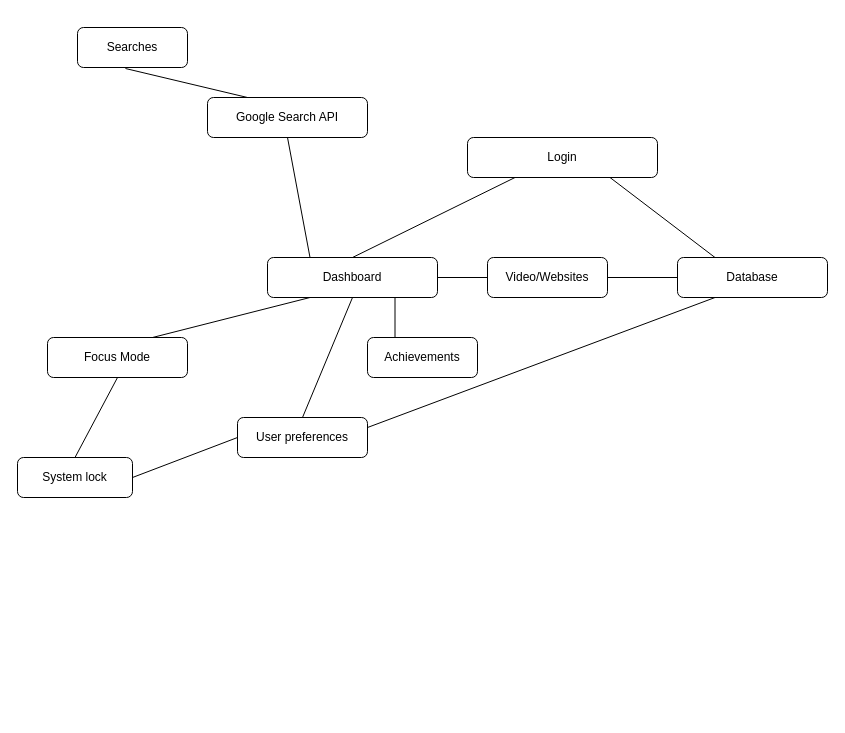
The draw.io diagram Documentation/Architecture/Architecture for Tunnel Vision.drawio in The-MS-LED-Group/Tunnel-Vision-Project, before the edit. Source tidied: cells renumbered, new cells numbered last; positions are measured from the earlier drawing's top-left corner, leaving out a move shared by most shapes. Both pictures are drawn from the tidied source at 100%, with x=0, y=0 at pixel (17, 27).
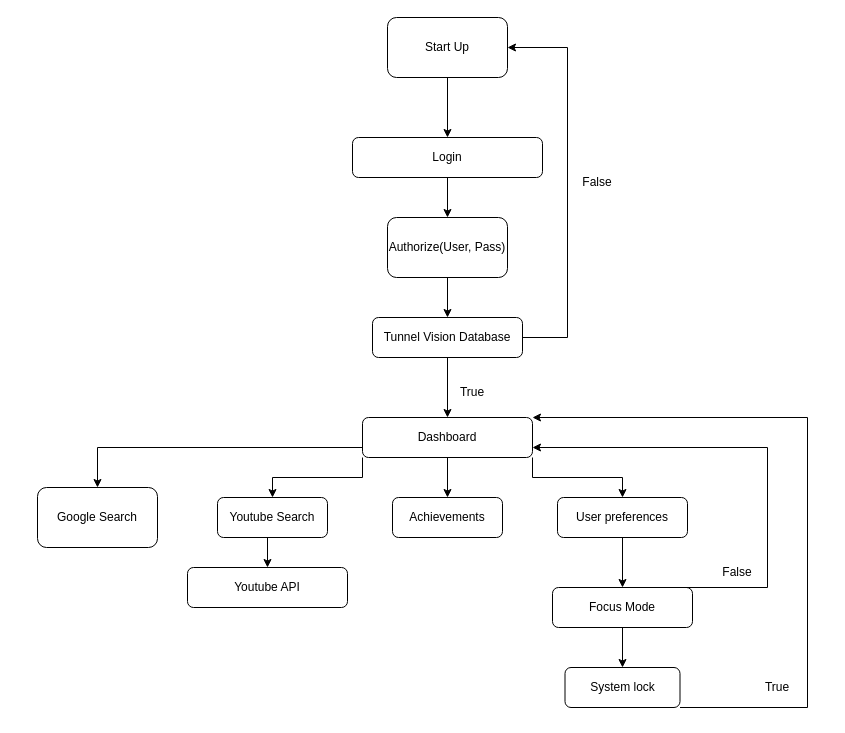
Above is the later version.

What changed in the source:
```diff
@@
     <mxCell id="2" value="Login" style="rounded=1;whiteSpace=wrap;html=1;" parent="1" vertex="1">
-      <mxGeometry x="450" y="110" width="190" height="40" as="geometry" />
+      <mxGeometry x="335" y="110" width="190" height="40" as="geometry" />
     </mxCell>
+    <mxCell id="24" style="edgeStyle=orthogonalEdgeStyle;rounded=0;jettySize=auto;html=1;exitX=1;exitY=0.5;exitDx=0;exitDy=0;entryX=1;entryY=0.5;entryDx=0;entryDy=0;" parent="1" edge="1" source="3" target="30">
+      <mxGeometry relative="1" as="geometry">
+        <Array as="points">
+          <mxPoint x="550" y="310" />
+          <mxPoint x="550" y="20" />
+        </Array>
+      </mxGeometry>
+    </mxCell>
-    <mxCell id="3" value="Database" style="rounded=1;whiteSpace=wrap;html=1;" parent="1" vertex="1">
-      <mxGeometry x="660" y="230" width="150" height="40" as="geometry" />
+    <mxCell id="3" value="Tunnel Vision Database" style="rounded=1;whiteSpace=wrap;html=1;" parent="1" vertex="1">
+      <mxGeometry x="355" y="290" width="150" height="40" as="geometry" />
     </mxCell>
-    <mxCell id="4" value="Google Search API" style="rounded=1;whiteSpace=wrap;html=1;" parent="1" vertex="1">
-      <mxGeometry x="190" y="70" width="160" height="40" as="geometry" />
+    <mxCell id="4" value="Youtube API" style="rounded=1;whiteSpace=wrap;html=1;" parent="1" vertex="1">
+      <mxGeometry x="170" y="540" width="160" height="40" as="geometry" />
     </mxCell>
+    <mxCell id="25" style="edgeStyle=orthogonalEdgeStyle;rounded=0;jettySize=auto;html=1;exitX=0.5;exitY=1;exitDx=0;exitDy=0;entryX=0.5;entryY=0;entryDx=0;entryDy=0;" parent="1" edge="1" source="5" target="15">
+      <mxGeometry relative="1" as="geometry" />
+    </mxCell>
+    <mxCell id="26" style="edgeStyle=orthogonalEdgeStyle;rounded=0;jettySize=auto;html=1;exitX=0;exitY=1;exitDx=0;exitDy=0;" parent="1" edge="1" source="5" target="18">
+      <mxGeometry relative="1" as="geometry" />
+    </mxCell>
+    <mxCell id="27" style="edgeStyle=orthogonalEdgeStyle;rounded=0;jettySize=auto;html=1;exitX=1;exitY=1;exitDx=0;exitDy=0;entryX=0.5;entryY=0;entryDx=0;entryDy=0;" parent="1" edge="1" source="5" target="12">
+      <mxGeometry relative="1" as="geometry" />
+    </mxCell>
+    <mxCell id="28" style="edgeStyle=orthogonalEdgeStyle;rounded=0;jettySize=auto;html=1;exitX=0;exitY=0.75;exitDx=0;exitDy=0;" parent="1" edge="1" source="5" target="39">
+      <mxGeometry relative="1" as="geometry" />
+    </mxCell>
     <mxCell id="5" value="Dashboard" style="rounded=1;whiteSpace=wrap;html=1;" parent="1" vertex="1">
-      <mxGeometry x="250" y="230" width="170" height="40" as="geometry" />
+      <mxGeometry x="345" y="390" width="170" height="40" as="geometry" />
     </mxCell>
+    <mxCell id="7" value="System lock" style="rounded=1;whiteSpace=wrap;html=1;" parent="1" vertex="1">
+      <mxGeometry x="547.5" y="640" width="115" height="40" as="geometry" />
+    </mxCell>
+    <mxCell id="29" style="edgeStyle=orthogonalEdgeStyle;rounded=0;jettySize=auto;html=1;exitX=0.5;exitY=1;exitDx=0;exitDy=0;entryX=0.5;entryY=0;entryDx=0;entryDy=0;" parent="1" edge="1" source="12" target="6">
+      <mxGeometry relative="1" as="geometry" />
+    </mxCell>
+    <mxCell id="12" value="User preferences" style="rounded=1;whiteSpace=wrap;html=1;" parent="1" vertex="1">
+      <mxGeometry x="540" y="470" width="130" height="40" as="geometry" />
+    </mxCell>
+    <mxCell id="15" value="Achievements" style="rounded=1;whiteSpace=wrap;html=1;" parent="1" vertex="1">
+      <mxGeometry x="375" y="470" width="110" height="40" as="geometry" />
+    </mxCell>
+    <mxCell id="19" style="edgeStyle=orthogonalEdgeStyle;rounded=0;jettySize=auto;html=1;exitX=0.5;exitY=1;exitDx=0;exitDy=0;entryX=0.5;entryY=0;entryDx=0;entryDy=0;" parent="1" edge="1" source="18" target="4">
+      <mxGeometry relative="1" as="geometry" />
+    </mxCell>
+    <mxCell id="18" value="Youtube Search" style="rounded=1;whiteSpace=wrap;html=1;" parent="1" vertex="1">
+      <mxGeometry x="200" y="470" width="110" height="40" as="geometry" />
+    </mxCell>
+    <mxCell id="30" value="Start Up" style="rounded=1;whiteSpace=wrap;html=1;" parent="1" vertex="1">
+      <mxGeometry x="370" y="-10" width="120" height="60" as="geometry" />
+    </mxCell>
+    <mxCell id="31" style="endArrow=classic;html=1;rounded=0;exitX=0.5;exitY=1;exitDx=0;exitDy=0;entryX=0.5;entryY=0;entryDx=0;entryDy=0;" parent="1" edge="1" source="30" target="2">
+      <mxGeometry relative="1" as="geometry" />
+    </mxCell>
+    <mxCell id="32" value="Authorize(User, Pass)" style="rounded=1;whiteSpace=wrap;html=1;" parent="1" vertex="1">
+      <mxGeometry x="370" y="190" width="120" height="60" as="geometry" />
+    </mxCell>
+    <mxCell id="33" style="endArrow=classic;html=1;rounded=0;exitX=0.5;exitY=1;exitDx=0;exitDy=0;entryX=0.5;entryY=0;entryDx=0;entryDy=0;" parent="1" edge="1" source="2" target="32">
+      <mxGeometry relative="1" as="geometry" />
+    </mxCell>
+    <mxCell id="34" style="endArrow=classic;html=1;rounded=0;exitX=0.5;exitY=1;exitDx=0;exitDy=0;entryX=0.5;entryY=0;entryDx=0;entryDy=0;" parent="1" edge="1" source="32" target="3">
+      <mxGeometry relative="1" as="geometry" />
+    </mxCell>
+    <mxCell id="35" style="endArrow=classic;html=1;rounded=0;exitX=0.5;exitY=1;exitDx=0;exitDy=0;entryX=0.5;entryY=0;entryDx=0;entryDy=0;" parent="1" edge="1" source="3" target="5">
+      <mxGeometry relative="1" as="geometry" />
+    </mxCell>
     <mxCell id="6" value="Focus Mode" style="rounded=1;whiteSpace=wrap;html=1;" parent="1" vertex="1">
-      <mxGeometry x="30" y="310" width="140" height="40" as="geometry" />
+      <mxGeometry x="535" y="560" width="140" height="40" as="geometry" />
     </mxCell>
-    <mxCell id="7" value="System lock" style="rounded=1;whiteSpace=wrap;html=1;" parent="1" vertex="1">
-      <mxGeometry y="430" width="115" height="40" as="geometry" />
-    </mxCell>
-    <mxCell id="8" style="endArrow=none;html=1;rounded=0;exitX=0.75;exitY=1;exitDx=0;exitDy=0;entryX=0.25;entryY=0;entryDx=0;entryDy=0;" parent="1" edge="1" source="2" target="3">
-      <mxGeometry relative="1" as="geometry" />
-    </mxCell>
-    <mxCell id="9" style="endArrow=none;html=1;rounded=0;entryX=0.25;entryY=1;entryDx=0;entryDy=0;exitX=0.5;exitY=0;exitDx=0;exitDy=0;" parent="1" edge="1" source="5" target="2">
-      <mxGeometry relative="1" as="geometry" />
-    </mxCell>
+    <mxCell id="36" style="endArrow=classic;html=1;rounded=0;exitX=0.5;exitY=1;exitDx=0;exitDy=0;entryX=0.5;entryY=0;entryDx=0;entryDy=0;" parent="1" edge="1" source="6" target="7">
+      <mxGeometry relative="1" as="geometry" />
+    </mxCell>
+    <mxCell id="37" value="True" style="text;html=1;strokeColor=none;fillColor=none;align=center;verticalAlign=middle;whiteSpace=wrap;rounded=0;" parent="1" vertex="1">
+      <mxGeometry x="425" y="350" width="60" height="30" as="geometry" />
+    </mxCell>
+    <mxCell id="38" value="False" style="text;html=1;strokeColor=none;fillColor=none;align=center;verticalAlign=middle;whiteSpace=wrap;rounded=0;" parent="1" vertex="1">
+      <mxGeometry x="550" y="140" width="60" height="30" as="geometry" />
+    </mxCell>
+    <mxCell id="39" value="Google Search" style="rounded=1;whiteSpace=wrap;html=1;" parent="1" vertex="1">
+      <mxGeometry x="20" y="460" width="120" height="60" as="geometry" />
+    </mxCell>
+    <mxCell id="40" style="endArrow=classic;html=1;rounded=0;exitX=1;exitY=1;exitDx=0;exitDy=0;entryX=1;entryY=0;entryDx=0;entryDy=0;" parent="1" edge="1" source="7" target="5">
+      <mxGeometry relative="1" as="geometry">
+        <Array as="points">
+          <mxPoint x="790" y="680" />
+          <mxPoint x="790" y="390" />
+        </Array>
+      </mxGeometry>
+    </mxCell>
-    <mxCell id="10" style="endArrow=none;html=1;rounded=0;entryX=0.25;entryY=1;entryDx=0;entryDy=0;exitX=0.75;exitY=0;exitDx=0;exitDy=0;" parent="1" edge="1" source="6" target="5">
-      <mxGeometry relative="1" as="geometry" />
+    <mxCell id="10" style="endArrow=classic;html=1;rounded=0;exitX=0.75;exitY=0;exitDx=0;exitDy=0;entryX=1;entryY=0.75;entryDx=0;entryDy=0;" parent="1" edge="1" source="6" target="5">
+      <mxGeometry relative="1" as="geometry">
+        <Array as="points">
+          <mxPoint x="750" y="560" />
+          <mxPoint x="750" y="420" />
+        </Array>
+      </mxGeometry>
     </mxCell>
-    <mxCell id="11" style="endArrow=none;html=1;rounded=0;entryX=0.5;entryY=1;entryDx=0;entryDy=0;exitX=0.5;exitY=0;exitDx=0;exitDy=0;" parent="1" edge="1" source="7" target="6">
-      <mxGeometry relative="1" as="geometry" />
-    </mxCell>
-    <mxCell id="12" value="User preferences" style="rounded=1;whiteSpace=wrap;html=1;" parent="1" vertex="1">
-      <mxGeometry x="220" y="390" width="130" height="40" as="geometry" />
-    </mxCell>
-    <mxCell id="13" style="endArrow=none;html=1;rounded=0;exitX=0.5;exitY=0;exitDx=0;exitDy=0;entryX=0.5;entryY=1;entryDx=0;entryDy=0;" parent="1" edge="1" source="12" target="5">
-      <mxGeometry relative="1" as="geometry" />
-    </mxCell>
-    <mxCell id="14" style="endArrow=none;html=1;rounded=0;entryX=1;entryY=0.25;entryDx=0;entryDy=0;exitX=0.25;exitY=1;exitDx=0;exitDy=0;" parent="1" edge="1" source="3" target="12">
-      <mxGeometry relative="1" as="geometry" />
-    </mxCell>
-    <mxCell id="15" value="Achievements" style="rounded=1;whiteSpace=wrap;html=1;" parent="1" vertex="1">
-      <mxGeometry x="350" y="310" width="110" height="40" as="geometry" />
-    </mxCell>
-    <mxCell id="16" style="endArrow=none;html=1;rounded=0;exitX=0.25;exitY=0;exitDx=0;exitDy=0;entryX=0.75;entryY=1;entryDx=0;entryDy=0;" parent="1" edge="1" source="15" target="5">
-      <mxGeometry relative="1" as="geometry" />
-    </mxCell>
-    <mxCell id="17" style="endArrow=none;html=1;rounded=0;exitX=0.25;exitY=0;exitDx=0;exitDy=0;entryX=0.5;entryY=1;entryDx=0;entryDy=0;" parent="1" edge="1" source="5" target="4">
-      <mxGeometry relative="1" as="geometry" />
-    </mxCell>
-    <mxCell id="18" value="Searches" style="rounded=1;whiteSpace=wrap;html=1;" parent="1" vertex="1">
-      <mxGeometry x="60" width="110" height="40" as="geometry" />
-    </mxCell>
-    <mxCell id="19" style="endArrow=none;html=1;rounded=0;entryX=0.25;entryY=0;entryDx=0;entryDy=0;exitX=0.436;exitY=1.025;exitDx=0;exitDy=0;exitPerimeter=0;" parent="1" edge="1" source="18" target="4">
-      <mxGeometry relative="1" as="geometry" />
-    </mxCell>
-    <mxCell id="20" style="endArrow=none;html=1;rounded=0;entryX=0;entryY=0.5;entryDx=0;entryDy=0;exitX=1;exitY=0.5;exitDx=0;exitDy=0;" parent="1" edge="1" source="7" target="12">
-      <mxGeometry relative="1" as="geometry" />
-    </mxCell>
-    <mxCell id="21" value="Video/Websites" style="rounded=1;whiteSpace=wrap;html=1;" parent="1" vertex="1">
-      <mxGeometry x="470" y="230" width="120" height="40" as="geometry" />
-    </mxCell>
-    <mxCell id="22" style="endArrow=none;html=1;rounded=0;exitX=1;exitY=0.5;exitDx=0;exitDy=0;entryX=0;entryY=0.5;entryDx=0;entryDy=0;" parent="1" edge="1" source="5" target="21">
-      <mxGeometry relative="1" as="geometry" />
-    </mxCell>
-    <mxCell id="23" style="endArrow=none;html=1;rounded=0;exitX=1;exitY=0.5;exitDx=0;exitDy=0;" parent="1" edge="1" source="21" target="3">
-      <mxGeometry relative="1" as="geometry" />
-    </mxCell>
+    <mxCell id="41" value="True" style="text;html=1;strokeColor=none;fillColor=none;align=center;verticalAlign=middle;whiteSpace=wrap;rounded=0;" parent="1" vertex="1">
+      <mxGeometry x="730" y="645" width="60" height="30" as="geometry" />
+    </mxCell>
+    <mxCell id="42" value="False" style="text;html=1;strokeColor=none;fillColor=none;align=center;verticalAlign=middle;whiteSpace=wrap;rounded=0;" parent="1" vertex="1">
+      <mxGeometry x="690" y="530" width="60" height="30" as="geometry" />
+    </mxCell>
```
